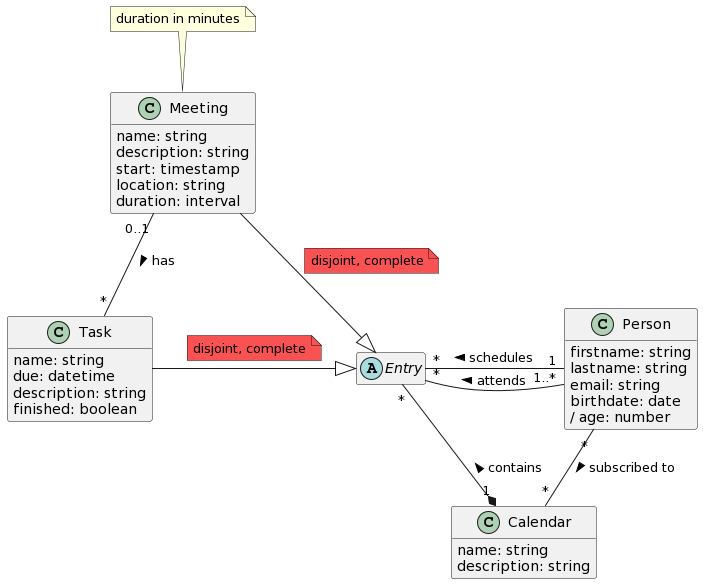
simonpeier-ost/db1-calendar keeps this PlantUML diagram as calendar.png. Above is the earlier version.
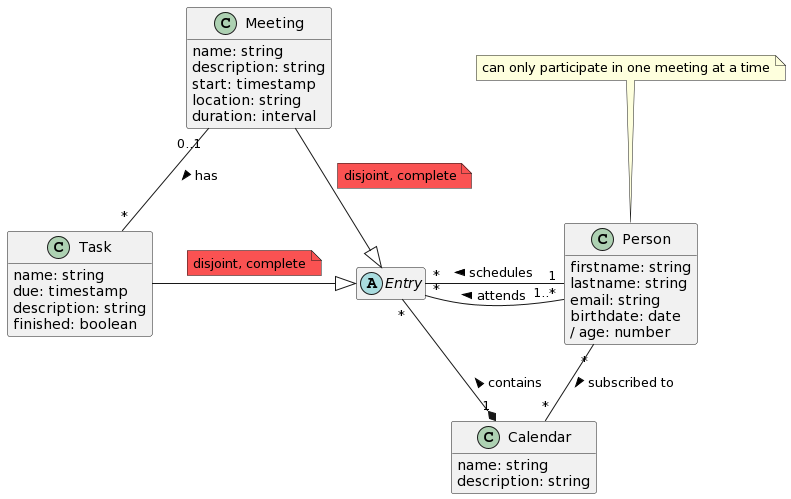
The same diagram one commit later.

The edit, as a diff of the source:
```diff
@@ -15,11 +15,10 @@
   location: string
   duration: interval
 }
-note top: duration in minutes
 
 class Task {
   name: string
-  due: datetime
+  due: timestamp
   description: string
   finished: boolean
 }
@@ -36,6 +35,7 @@
   birthdate: date
   / age: number
 }
+note top: can only participate in one meeting at a time
 
 Meeting "0..1" -- "*" Task : has >
 Entry <|--l Meeting
```
